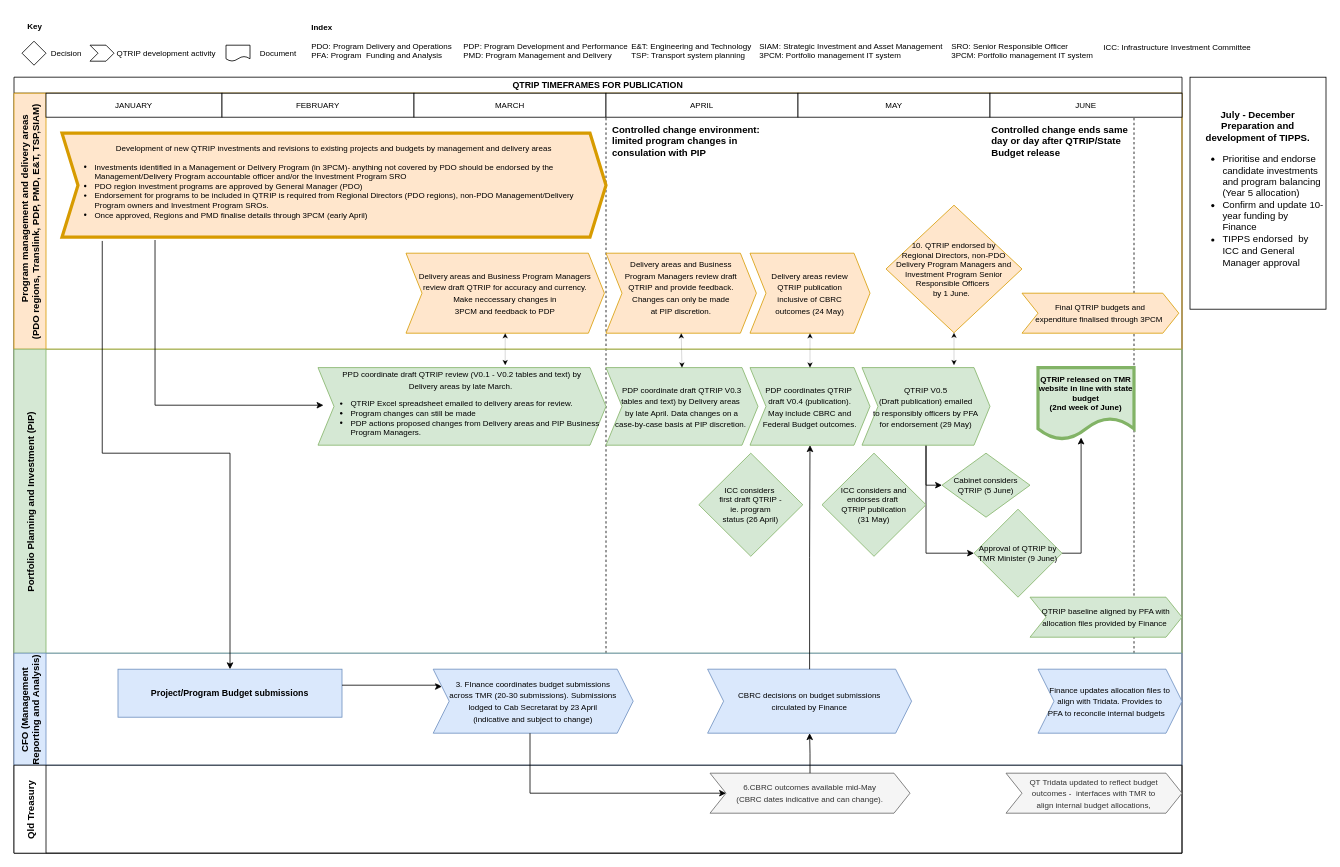
tzforster/great-suppository-name keeps this draw.io diagram as page "QTRIP" (1 of 4) of QTRIP and financial mapping.drawio. Above is the earlier version. Source tidied: cells renumbered, new cells numbered last; positions are measured from the earlier drawing's top-left corner, leaving out a move shared by most shapes. Both pictures are drawn from the tidied source at 80%, with x=0, y=0 at pixel (14, 14).
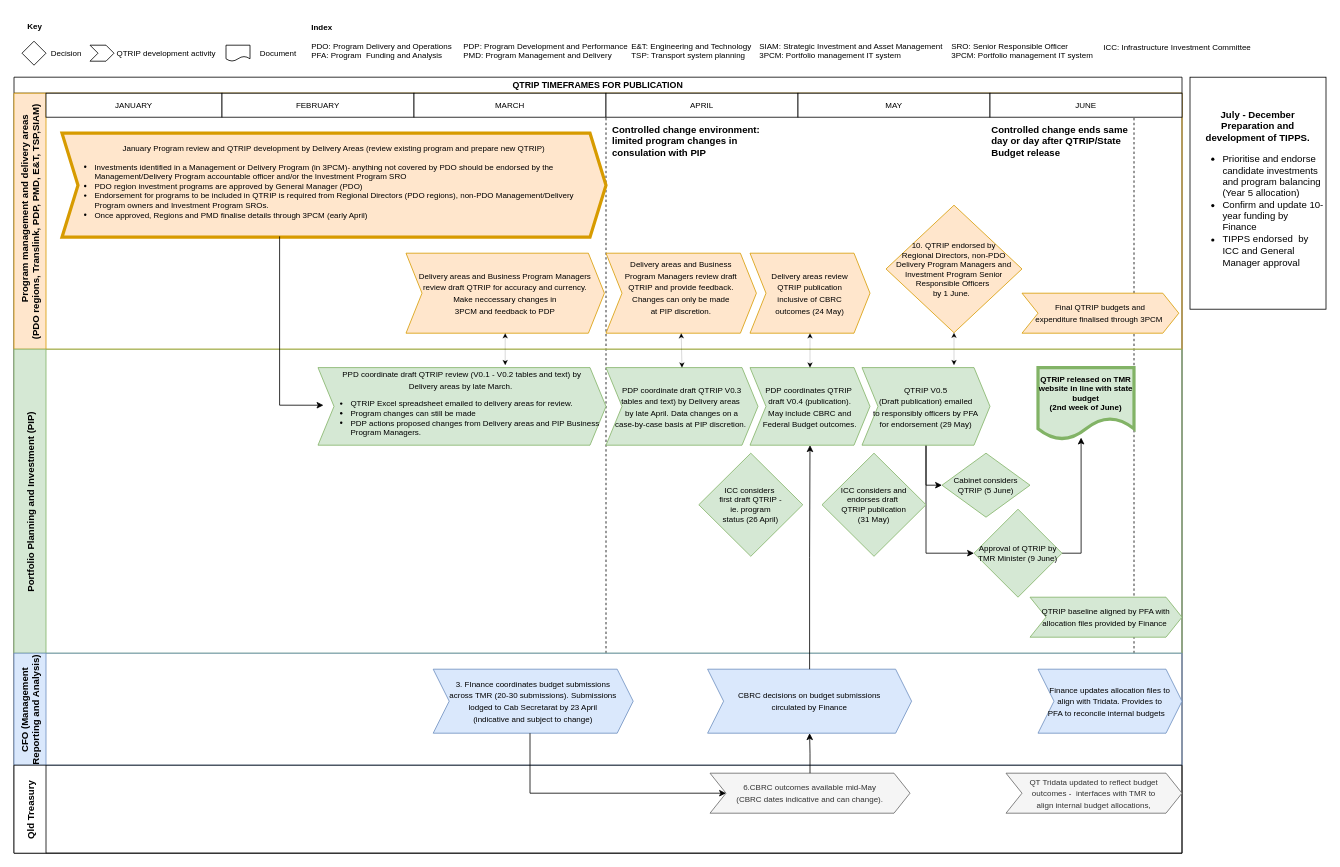
After the change.

Unchanged cells that the change refers to:
```xml
<mxCell id="2" value="QTRIP TIMEFRAMES FOR PUBLICATION" style="swimlane;horizontal=1;startSize=20;fontSize=11;" parent="1" vertex="1">
  <mxGeometry y="79" width="1460" height="970" as="geometry" />
</mxCell>
<mxCell id="5" value="            Program management and delivery areas  &#10;(PDO regions, Translink, PDP, PMD, E&amp;T, TSP,SIAM)" style="swimlane;startSize=40;horizontal=0;fillColor=#ffe6cc;strokeColor=#d79b00;" parent="2" vertex="1">
  <mxGeometry y="20" width="1460" height="320" as="geometry" />
</mxCell>
<mxCell id="30" value="&lt;font style=&quot;font-size: 10px;&quot;&gt;PPD coordinate draft QTRIP review (V0.1 - V0.2 tables and text) by&lt;br&gt;Delivery areas by late March.&amp;nbsp;&lt;br&gt;&lt;/font&gt;&lt;div style=&quot;text-align: left; font-size: 10px;&quot;&gt;&lt;ul style=&quot;&quot;&gt;&lt;li style=&quot;&quot;&gt;&lt;font style=&quot;font-size: 10px;&quot;&gt;QTRIP Excel spreadsheet emailed to delivery areas for review.&lt;/font&gt;&lt;/li&gt;&lt;li style=&quot;&quot;&gt;&lt;font style=&quot;font-size: 10px;&quot;&gt;Program changes can still be made&amp;nbsp;&lt;/font&gt;&lt;/li&gt;&lt;li style=&quot;&quot;&gt;&lt;font style=&quot;font-size: 10px;&quot;&gt;&lt;font style=&quot;font-size: 10px;&quot;&gt;PDP actions proposed changes from Delivery areas and PIP Business Program Managers.&amp;nbsp;&lt;/font&gt;&lt;/font&gt;&lt;/li&gt;&lt;/ul&gt;&lt;/div&gt;" style="shape=step;perimeter=stepPerimeter;whiteSpace=wrap;html=1;fixedSize=1;fillColor=#d5e8d4;strokeColor=#82b366;" parent="21" vertex="1">
  <mxGeometry x="380" y="23" width="360" height="97" as="geometry" />
</mxCell>
<mxCell id="35" value="CFO (Management&#10;Reporting and Analysis)" style="swimlane;startSize=40;horizontal=0;fillColor=#dae8fc;strokeColor=#6c8ebf;" parent="2" vertex="1">
  <mxGeometry y="720" width="1460" height="140" as="geometry" />
</mxCell>
<mxCell id="38" value="&lt;span style=&quot;font-size: 10px;&quot;&gt;3. FInance coordinates budget submissions&lt;br&gt;across TMR (20-30 submissions). Submissions&lt;br&gt;lodged to Cab Secretarat by 23 April&lt;br&gt;(indicative and subject to change)&lt;br&gt;&lt;/span&gt;" style="shape=step;perimeter=stepPerimeter;whiteSpace=wrap;html=1;fixedSize=1;fillColor=#dae8fc;strokeColor=#6c8ebf;" parent="35" vertex="1">
  <mxGeometry x="524" y="20" width="250" height="80" as="geometry" />
</mxCell>
```

The edit, as a diff of the source:
```diff
@@
-    <mxCell id="18" value="&lt;span style=&quot;font-size: 10px; text-align: left; background-color: initial;&quot;&gt;Development of new QTRIP investments and revisions to existing projects and budgets by management and delivery areas&lt;/span&gt;&lt;span style=&quot;font-size: 10px;&quot;&gt;&lt;br&gt;&lt;/span&gt;&lt;div style=&quot;text-align: left; font-size: 10px;&quot;&gt;&lt;ul style=&quot;&quot;&gt;&lt;li&gt;&lt;span style=&quot;font-size: 10px;&quot;&gt;Investments identified in a Management or Delivery Program (in 3PCM)- anything not covered by PDO should be endorsed by the Management/Delivery Program accountable officer and/or the Investment Program SRO&lt;br&gt;&lt;/span&gt;&lt;/li&gt;&lt;li&gt;&lt;span style=&quot;font-size: 10px;&quot;&gt;PDO region investment programs are approved by General Manager (PDO)&lt;/span&gt;&lt;/li&gt;&lt;li&gt;&lt;span style=&quot;font-size: 10px;&quot;&gt;Endorsement for programs to be included in QTRIP is required from Regional Directors (PDO regions), non-PDO Management/Delivery Program owners and Investment Program SROs.&amp;nbsp;&lt;/span&gt;&lt;/li&gt;&lt;li&gt;&lt;span style=&quot;font-size: 10px;&quot;&gt;Once approved, Regions and PMD finalise details through 3PCM (early April)&lt;/span&gt;&lt;/li&gt;&lt;/ul&gt;&lt;/div&gt;" style="shape=step;perimeter=stepPerimeter;whiteSpace=wrap;html=1;fixedSize=1;fillColor=#ffe6cc;strokeColor=#d79b00;strokeWidth=4;" parent="5" vertex="1">
+    <mxCell id="18" value="&lt;span style=&quot;font-size: 10px; text-align: left; background-color: initial;&quot;&gt;January Program review and QTRIP development by Delivery Areas (review existing program and prepare new QTRIP)&lt;/span&gt;&lt;span style=&quot;font-size: 10px;&quot;&gt;&lt;br&gt;&lt;/span&gt;&lt;div style=&quot;text-align: left; font-size: 10px;&quot;&gt;&lt;ul style=&quot;&quot;&gt;&lt;li&gt;&lt;span style=&quot;font-size: 10px;&quot;&gt;Investments identified in a Management or Delivery Program (in 3PCM)- anything not covered by PDO should be endorsed by the Management/Delivery Program accountable officer and/or the Investment Program SRO&lt;br&gt;&lt;/span&gt;&lt;/li&gt;&lt;li&gt;&lt;span style=&quot;font-size: 10px;&quot;&gt;PDO region investment programs are approved by General Manager (PDO)&lt;/span&gt;&lt;/li&gt;&lt;li&gt;&lt;span style=&quot;font-size: 10px;&quot;&gt;Endorsement for programs to be included in QTRIP is required from Regional Directors (PDO regions), non-PDO Management/Delivery Program owners and Investment Program SROs.&amp;nbsp;&lt;/span&gt;&lt;/li&gt;&lt;li&gt;&lt;span style=&quot;font-size: 10px;&quot;&gt;Once approved, Regions and PMD finalise details through 3PCM (early April)&lt;/span&gt;&lt;/li&gt;&lt;/ul&gt;&lt;/div&gt;" style="shape=step;perimeter=stepPerimeter;whiteSpace=wrap;html=1;fixedSize=1;fillColor=#ffe6cc;strokeColor=#d79b00;strokeWidth=4;" parent="5" vertex="1">
       <mxGeometry x="60" y="50" width="680" height="130" as="geometry" />
     </mxCell>
@@
-    <mxCell id="39" value="Project/Program Budget submissions" style="rounded=0;whiteSpace=wrap;html=1;fontSize=11;fontStyle=1;fillColor=#dae8fc;strokeColor=#6c8ebf;" parent="35" vertex="1">
-      <mxGeometry x="130" y="20" width="280" height="60" as="geometry" />
-    </mxCell>
-    <mxCell id="40" style="edgeStyle=orthogonalEdgeStyle;rounded=0;jettySize=auto;html=1;entryX=0;entryY=0.25;entryDx=0;entryDy=0;" parent="35" edge="1" source="39" target="38">
-      <mxGeometry relative="1" as="geometry">
-        <Array as="points">
-          <mxPoint x="490" y="40" />
-          <mxPoint x="531" y="40" />
-          <mxPoint x="531" y="42" />
-        </Array>
-      </mxGeometry>
-    </mxCell>
@@
-    <mxCell id="49" style="edgeStyle=orthogonalEdgeStyle;rounded=0;jettySize=auto;html=1;fontFamily=Helvetica;fontSize=10;fontColor=#000000;exitX=0.171;exitY=1.027;exitDx=0;exitDy=0;exitPerimeter=0;entryX=0.019;entryY=0.485;entryDx=0;entryDy=0;entryPerimeter=0;" parent="2" edge="1" source="18" target="30">
+    <mxCell id="49" style="edgeStyle=orthogonalEdgeStyle;rounded=0;jettySize=auto;html=1;fontFamily=Helvetica;fontSize=10;fontColor=#000000;exitX=0.4;exitY=0.992;exitDx=0;exitDy=0;exitPerimeter=0;entryX=0.019;entryY=0.485;entryDx=0;entryDy=0;entryPerimeter=0;" parent="2" edge="1" source="18" target="30">
       <mxGeometry relative="1" as="geometry">
         <Array as="points">
-          <mxPoint x="176" y="410" />
+          <mxPoint x="332" y="410" />
         </Array>
       </mxGeometry>
     </mxCell>
-    <mxCell id="50" style="edgeStyle=orthogonalEdgeStyle;rounded=0;jettySize=auto;html=1;exitX=0.074;exitY=1.036;exitDx=0;exitDy=0;exitPerimeter=0;" parent="2" edge="1" source="18" target="39">
-      <mxGeometry relative="1" as="geometry" />
-    </mxCell>
```
